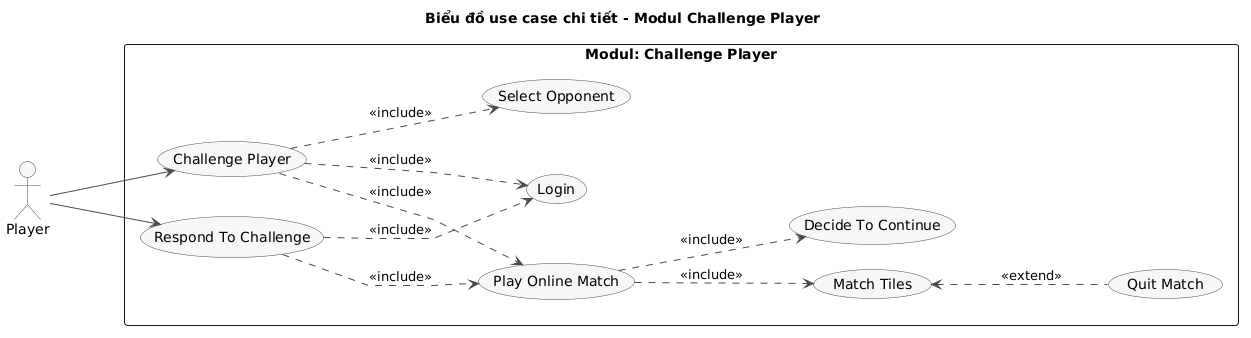
Above: docs/uml/pha1/uc-m3-challenge-player.png in VattenL/mobile-pikachu (PlantUML), before the change.
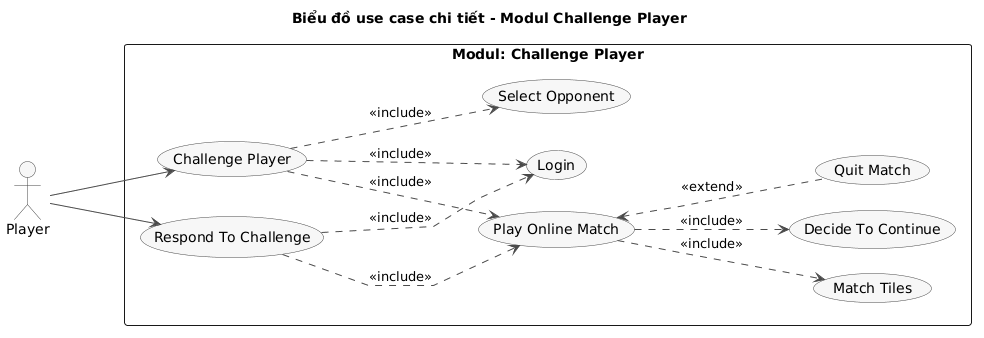
After the commit.

Change to the diagram source:
```diff
@@ -41,5 +41,5 @@
 
 UC08 ..> UC08_1 : <<include>>
 UC08 ..> UC08_2 : <<include>>
-UC08_1 <.. UC08_3 : <<extend>>
+UC08 <.. UC08_3 : <<extend>>
 @enduml
```
